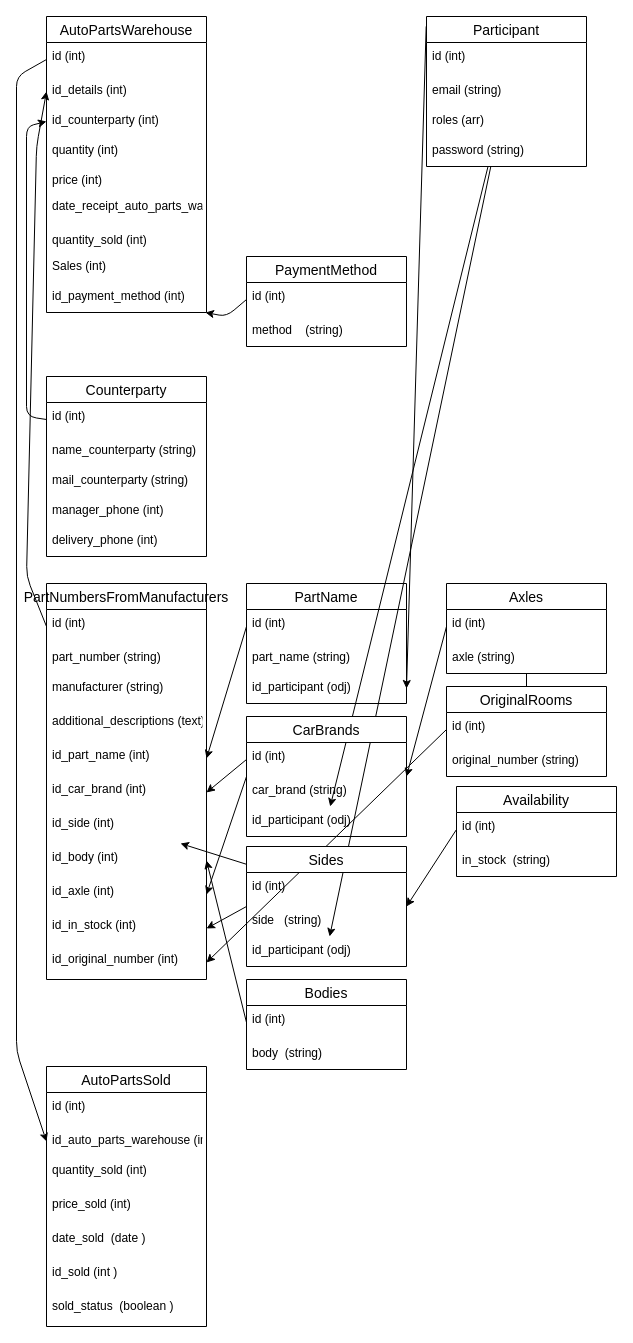
Before: db.drawio in Ruslan-qu/autoParts, a draw.io diagram. Source tidied: cells renumbered, new cells numbered last; positions are measured from the earlier drawing's top-left corner, leaving out a move shared by most shapes. Both pictures are drawn from the tidied source at 100%, with x=0, y=0 at pixel (16, 16).
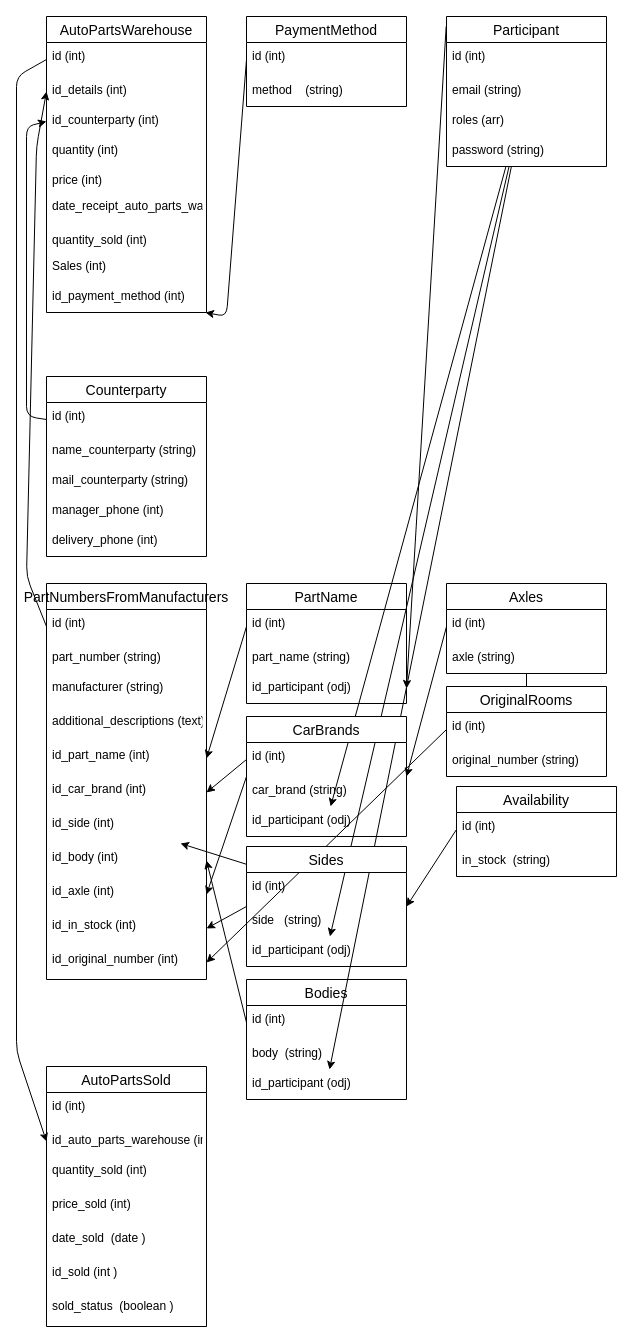
After the change.

What changed in the source:
```diff
@@
     <mxCell id="31" value="PaymentMethod" style="swimlane;fontStyle=0;horizontal=1;startSize=26;align=center;fontSize=14;" parent="1" vertex="1">
-      <mxGeometry x="230" y="240" width="160" height="90" as="geometry" />
+      <mxGeometry x="230" width="160" height="90" as="geometry" />
     </mxCell>
@@
     <mxCell id="58" value="Bodies" style="swimlane;fontStyle=0;horizontal=1;startSize=26;align=center;fontSize=14;" parent="1" vertex="1">
-      <mxGeometry x="230" y="963" width="160" height="90" as="geometry" />
+      <mxGeometry x="230" y="963" width="160" height="120" as="geometry" />
     </mxCell>
@@
+    <mxCell id="87" value="id_participant (odj)" style="text;strokeColor=none;fillColor=none;spacingLeft=4;spacingRight=4;overflow=hidden;points=[[0,0.5],[1,0.5]];portConstraint=eastwest;fontSize=12;" parent="58" vertex="1">
+      <mxGeometry y="90" width="160" height="30" as="geometry" />
+    </mxCell>
@@
+    <mxCell id="88" style="edgeStyle=none;html=1;" parent="1" edge="1" source="72" target="87">
+      <mxGeometry relative="1" as="geometry" />
+    </mxCell>
     <mxCell id="72" value="Participant" style="swimlane;fontStyle=0;horizontal=1;startSize=26;align=center;fontSize=14;" parent="1" vertex="1">
-      <mxGeometry x="410" width="160" height="150" as="geometry" />
+      <mxGeometry x="430" width="160" height="150" as="geometry" />
     </mxCell>
```
